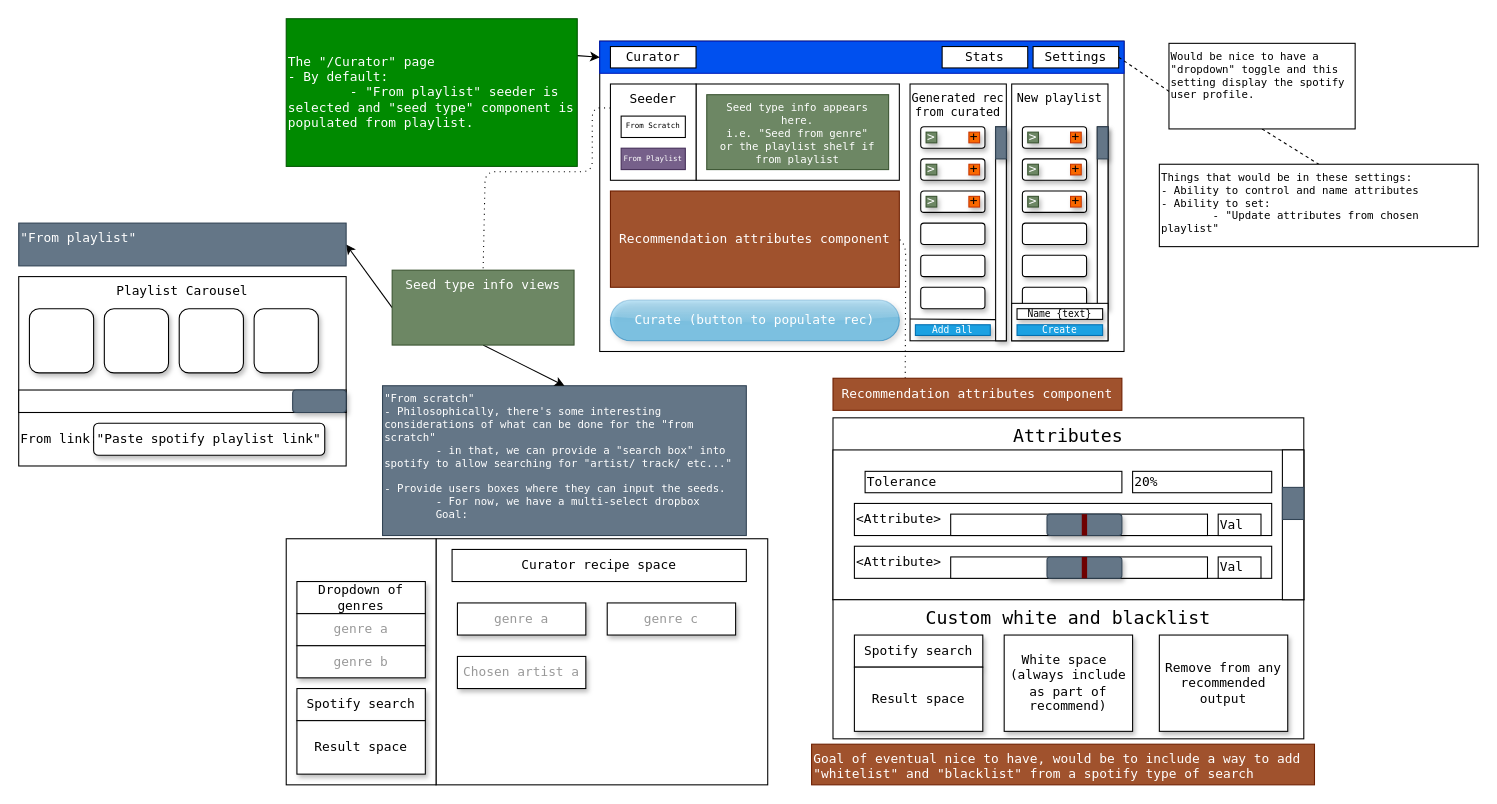
Above: page "curator_front_end" (1 of 4) of docs/view_proposal.drawio in mihaelaaleks/playlist_curator (draw.io), before the change. Source tidied: cells renumbered, new cells numbered last; positions are measured from the earlier drawing's top-left corner, leaving out a move shared by most shapes. Both pictures are drawn from the tidied source at 107%, with x=0, y=0 at pixel (18, 18).
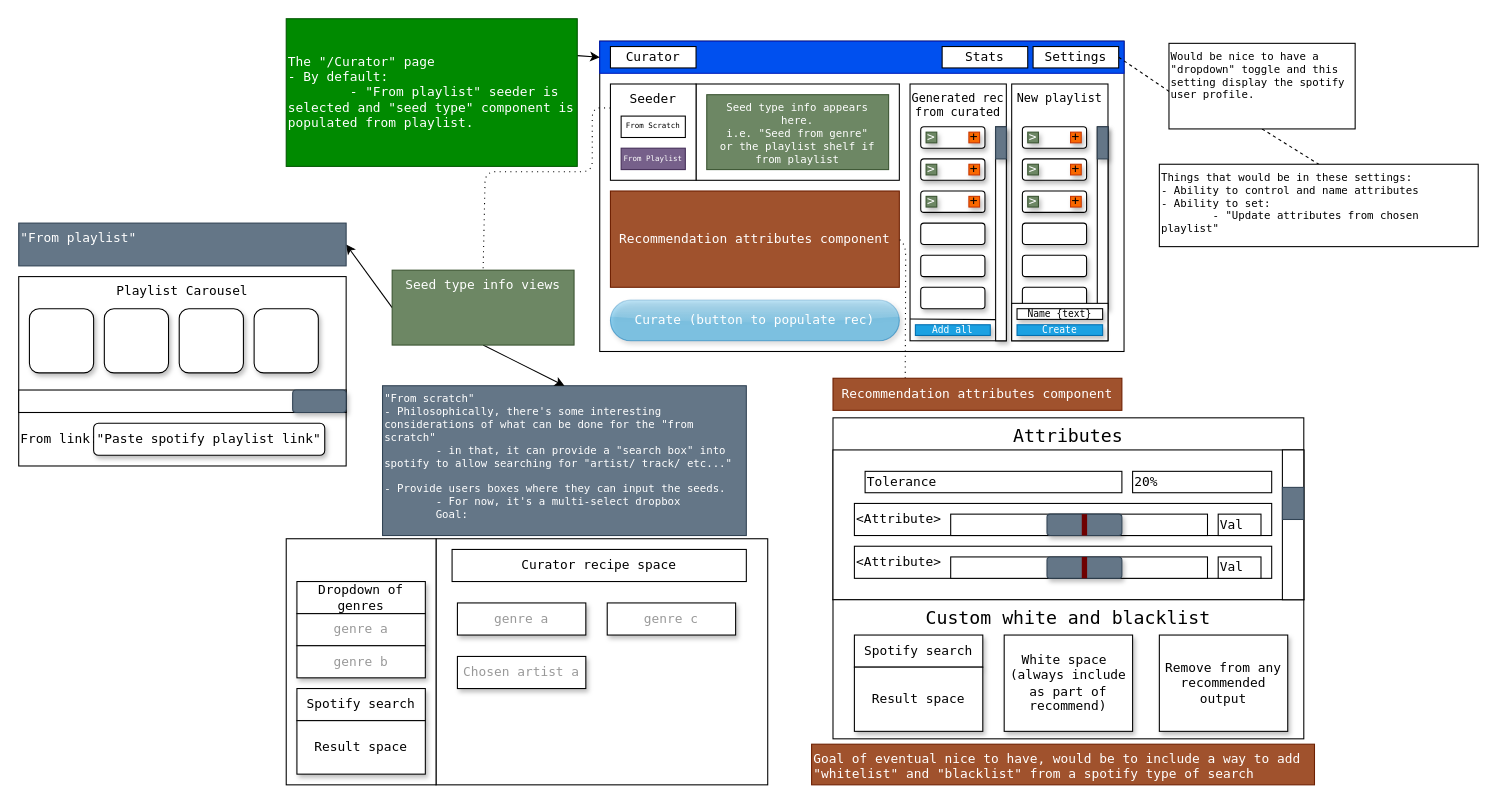
The same page after the edit.

The edit, as a diff of the source:
```diff
@@
-    <mxCell id="18" value="&quot;From scratch&quot;&lt;br style=&quot;font-size: 10px;&quot;&gt;- Philosophically, there's some interesting considerations of what can be done for the &quot;from scratch&quot;&lt;br style=&quot;font-size: 10px;&quot;&gt;&lt;span style=&quot;white-space: pre; font-size: 10px;&quot;&gt;&#9;&lt;/span&gt;- in that, we can provide a &quot;search box&quot; into spotify to allow searching for &quot;artist/ track/ etc...&quot;&amp;nbsp;&lt;br style=&quot;font-size: 10px;&quot;&gt;&lt;br style=&quot;font-size: 10px;&quot;&gt;- Provide users boxes where they can input the seeds.&lt;br style=&quot;font-size: 10px;&quot;&gt;&lt;span style=&quot;white-space: pre; font-size: 10px;&quot;&gt;&#9;&lt;/span&gt;- For now, we have a multi-select dropbox&lt;br style=&quot;font-size: 10px;&quot;&gt;&lt;span style=&quot;white-space: pre; font-size: 10px;&quot;&gt;&#9;&lt;/span&gt;Goal:&lt;br style=&quot;font-size: 10px;&quot;&gt;" style="rounded=0;whiteSpace=wrap;html=1;horizontal=1;align=left;verticalAlign=top;fillColor=#647687;strokeColor=#314354;fontColor=#ffffff;fontFamily=Lucida Console;fontSize=10;" parent="1" vertex="1">
+    <mxCell id="18" value="&quot;From scratch&quot;&lt;br style=&quot;font-size: 10px;&quot;&gt;- Philosophically, there's some interesting considerations of what can be done for the &quot;from scratch&quot;&lt;br style=&quot;font-size: 10px;&quot;&gt;&lt;span style=&quot;white-space: pre; font-size: 10px;&quot;&gt;&#9;&lt;/span&gt;- in that, it can provide a &quot;search box&quot; into spotify to allow searching for &quot;artist/ track/ etc...&quot;&amp;nbsp;&lt;br style=&quot;font-size: 10px;&quot;&gt;&lt;br style=&quot;font-size: 10px;&quot;&gt;- Provide users boxes where they can input the seeds.&lt;br style=&quot;font-size: 10px;&quot;&gt;&lt;span style=&quot;white-space: pre; font-size: 10px;&quot;&gt;&#9;&lt;/span&gt;- For now, it's a multi-select dropbox&lt;br style=&quot;font-size: 10px;&quot;&gt;&lt;span style=&quot;white-space: pre; font-size: 10px;&quot;&gt;&#9;&lt;/span&gt;Goal:" style="rounded=0;whiteSpace=wrap;html=1;horizontal=1;align=left;verticalAlign=top;fillColor=#647687;strokeColor=#314354;fontColor=#ffffff;fontFamily=Lucida Console;fontSize=10;" parent="1" vertex="1">
       <mxGeometry x="340" y="343" width="340" height="140" as="geometry" />
     </mxCell>
```
